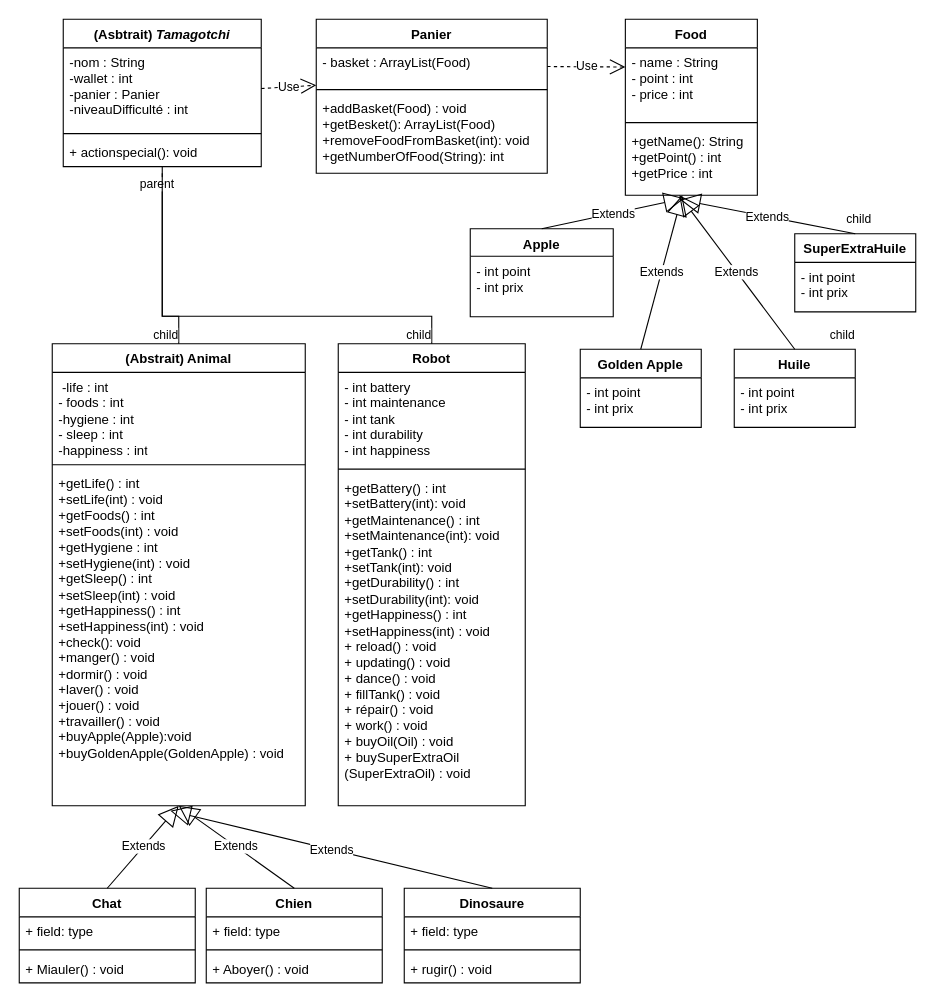
BMaurice56/Tamagotchi keeps this draw.io diagram as DiagramClasseA4.drawio. Above is the earlier version. Source tidied: cells renumbered, new cells numbered last; positions are measured from the earlier drawing's top-left corner, leaving out a move shared by most shapes. Both pictures are drawn from the tidied source at 110%, with x=0, y=0 at pixel (19, 19).
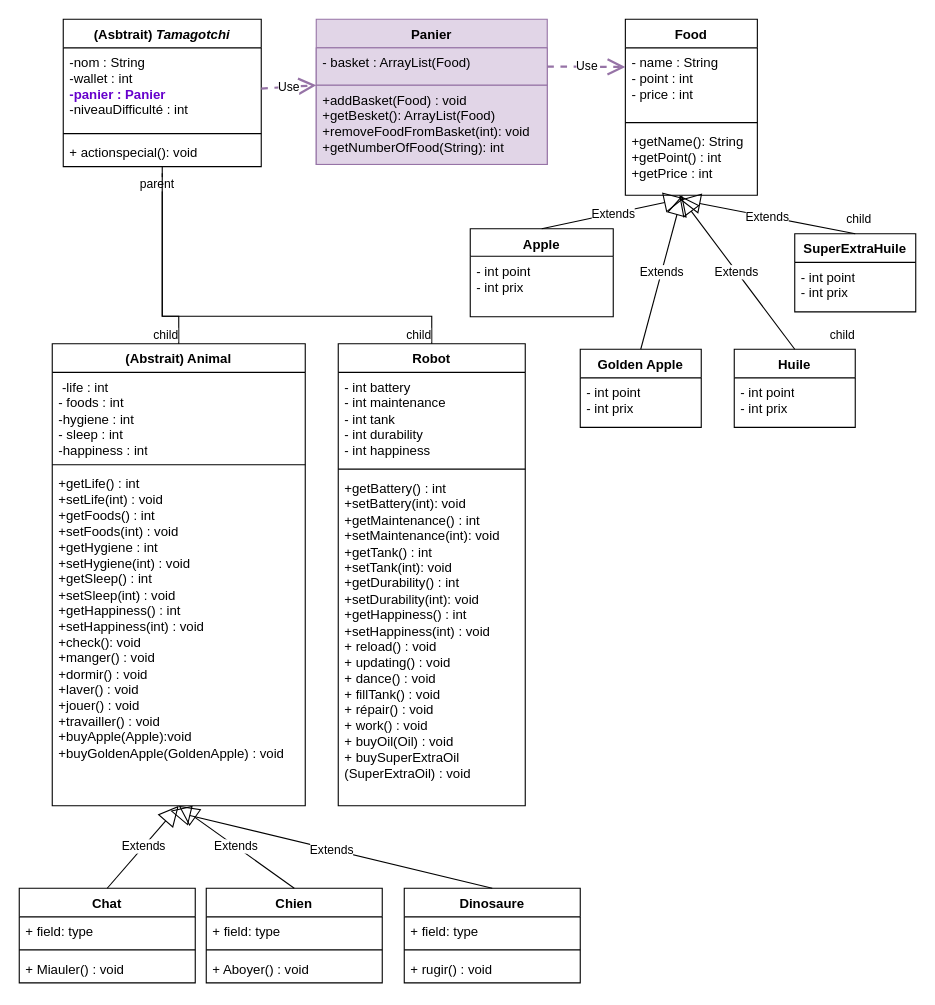
The same page after the edit.

Commit message:
Mettre à jour DiagramClasseA4.drawio

Unchanged cells that the change refers to:
```xml
<mxCell id="2" value="(Asbtrait)&amp;nbsp;&lt;i&gt;Tamagotchi&lt;/i&gt;" style="swimlane;fontStyle=1;align=center;verticalAlign=top;horizontal=1;startSize=26;whiteSpace=wrap;html=1;" parent="1" vertex="1">
  <mxGeometry x="40" width="180" height="134" as="geometry" />
</mxCell>
<mxCell id="24" value="&lt;div&gt;- name : String&lt;/div&gt;&lt;div&gt;- point : int&lt;/div&gt;&lt;div&gt;- price : int&lt;/div&gt;&lt;div&gt;&lt;br&gt;&lt;/div&gt;" style="text;strokeColor=none;fillColor=none;align=left;verticalAlign=top;spacingLeft=4;spacingRight=4;overflow=hidden;points=[[0,0.5],[1,0.5]];portConstraint=eastwest;whiteSpace=wrap;html=1;" parent="23" vertex="1">
  <mxGeometry y="26" width="120" height="64" as="geometry" />
</mxCell>
```

The edit, as a diff of the source:
```diff
@@
-    <mxCell id="3" value="&lt;div&gt;-nom : String&lt;/div&gt;&lt;div&gt;-wallet : int&lt;/div&gt;&lt;div&gt;-panier : Panier&lt;br&gt;&lt;/div&gt;&lt;div&gt;-niveauDifficulté : int&lt;/div&gt;" style="text;strokeColor=none;fillColor=none;align=left;verticalAlign=top;spacingLeft=4;spacingRight=4;overflow=hidden;points=[[0,0.5],[1,0.5]];portConstraint=eastwest;whiteSpace=wrap;html=1;" parent="2" vertex="1">
+    <mxCell id="3" value="&lt;div&gt;-nom : String&lt;/div&gt;&lt;div&gt;-wallet : int&lt;/div&gt;&lt;div&gt;&lt;font color=&quot;#6600cc&quot;&gt;&lt;b&gt;-panier : Panier&lt;/b&gt;&lt;/font&gt;&lt;br&gt;&lt;/div&gt;&lt;div&gt;-niveauDifficulté : int&lt;/div&gt;" style="text;strokeColor=none;fillColor=none;align=left;verticalAlign=top;spacingLeft=4;spacingRight=4;overflow=hidden;points=[[0,0.5],[1,0.5]];portConstraint=eastwest;whiteSpace=wrap;html=1;" parent="2" vertex="1">
       <mxGeometry y="26" width="180" height="74" as="geometry" />
     </mxCell>
@@
-    <mxCell id="27" value="Use" style="endArrow=open;endSize=12;dashed=1;html=1;rounded=0;exitX=1;exitY=0.5;exitDx=0;exitDy=0;entryX=0;entryY=1;entryDx=0;entryDy=0;entryPerimeter=0;" parent="1" edge="1" source="3" target="50">
+    <mxCell id="27" value="Use" style="endArrow=open;endSize=12;dashed=1;html=1;rounded=0;exitX=1;exitY=0.5;exitDx=0;exitDy=0;entryX=0;entryY=1;entryDx=0;entryDy=0;entryPerimeter=0;fillColor=#e1d5e7;strokeColor=#9673a6;strokeWidth=2;" parent="1" edge="1" source="3" target="50">
       <mxGeometry relative="1" as="geometry" />
     </mxCell>
@@
-    <mxCell id="49" value="Panier" style="swimlane;fontStyle=1;align=center;verticalAlign=top;horizontal=1;startSize=26;whiteSpace=wrap;html=1;" parent="1" vertex="1">
-      <mxGeometry x="270" width="210" height="140" as="geometry" />
+    <mxCell id="49" value="Panier" style="swimlane;fontStyle=1;align=center;verticalAlign=top;horizontal=1;startSize=26;whiteSpace=wrap;html=1;fillColor=#e1d5e7;strokeColor=#9673a6;" parent="1" vertex="1">
+      <mxGeometry x="270" width="210" height="132" as="geometry" />
     </mxCell>
-    <mxCell id="50" value="- basket : ArrayList(Food)" style="text;strokeColor=none;fillColor=none;align=left;verticalAlign=top;spacingLeft=4;spacingRight=4;overflow=hidden;points=[[0,0.5],[1,0.5]];portConstraint=eastwest;whiteSpace=wrap;html=1;" parent="49" vertex="1">
+    <mxCell id="50" value="- basket : ArrayList(Food)" style="text;strokeColor=#9673a6;fillColor=#e1d5e7;align=left;verticalAlign=top;spacingLeft=4;spacingRight=4;overflow=hidden;points=[[0,0.5],[1,0.5]];portConstraint=eastwest;whiteSpace=wrap;html=1;" parent="49" vertex="1">
       <mxGeometry y="26" width="210" height="34" as="geometry" />
     </mxCell>
-    <mxCell id="51" style="line;strokeWidth=1;fillColor=none;align=left;verticalAlign=middle;spacingTop=-1;spacingLeft=3;spacingRight=3;labelPosition=right;strokeColor=inherit;" parent="49" vertex="1">
-      <mxGeometry y="60" width="210" height="8" as="geometry" />
-    </mxCell>
-    <mxCell id="52" value="+addBasket(Food) : void&lt;br&gt;+getBesket(): ArrayList(Food)&lt;br&gt;+removeFoodFromBasket(int): void&lt;br&gt;+getNumberOfFood(String): int" style="text;strokeColor=none;fillColor=none;align=left;verticalAlign=top;spacingLeft=4;spacingRight=4;overflow=hidden;whiteSpace=wrap;html=1;" parent="49" vertex="1">
-      <mxGeometry y="68" width="210" height="72" as="geometry" />
+    <mxCell id="52" value="+addBasket(Food) : void&lt;br&gt;+getBesket(): ArrayList(Food)&lt;br&gt;+removeFoodFromBasket(int): void&lt;br&gt;+getNumberOfFood(String): int" style="text;strokeColor=#9673a6;fillColor=#e1d5e7;align=left;verticalAlign=top;spacingLeft=4;spacingRight=4;overflow=hidden;whiteSpace=wrap;html=1;" parent="49" vertex="1">
+      <mxGeometry y="60" width="210" height="72" as="geometry" />
     </mxCell>
-    <mxCell id="53" value="Use" style="endArrow=open;endSize=12;dashed=1;html=1;rounded=0;entryX=0;entryY=0.272;entryDx=0;entryDy=0;exitX=1;exitY=0.5;exitDx=0;exitDy=0;entryPerimeter=0;" parent="1" edge="1" source="50" target="24">
+    <mxCell id="53" value="Use" style="endArrow=open;endSize=12;dashed=1;html=1;rounded=0;entryX=0;entryY=0.272;entryDx=0;entryDy=0;exitX=1;exitY=0.5;exitDx=0;exitDy=0;entryPerimeter=0;strokeWidth=2;fillColor=#e1d5e7;strokeColor=#9673a6;" parent="1" edge="1" source="50" target="24">
       <mxGeometry relative="1" as="geometry" />
     </mxCell>
```
